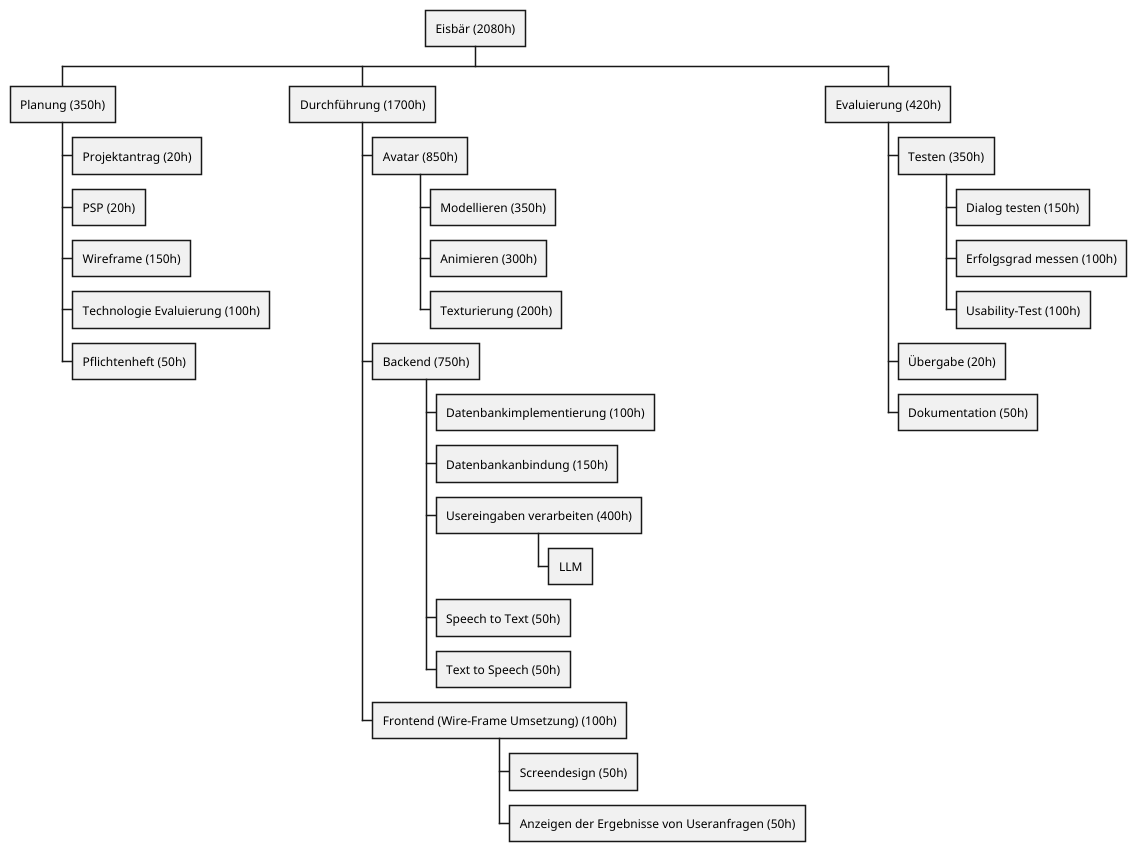
Before: documents/psp.png, a diagram exported from PlantUML (2425-4bhitm-itp/eisbaer).
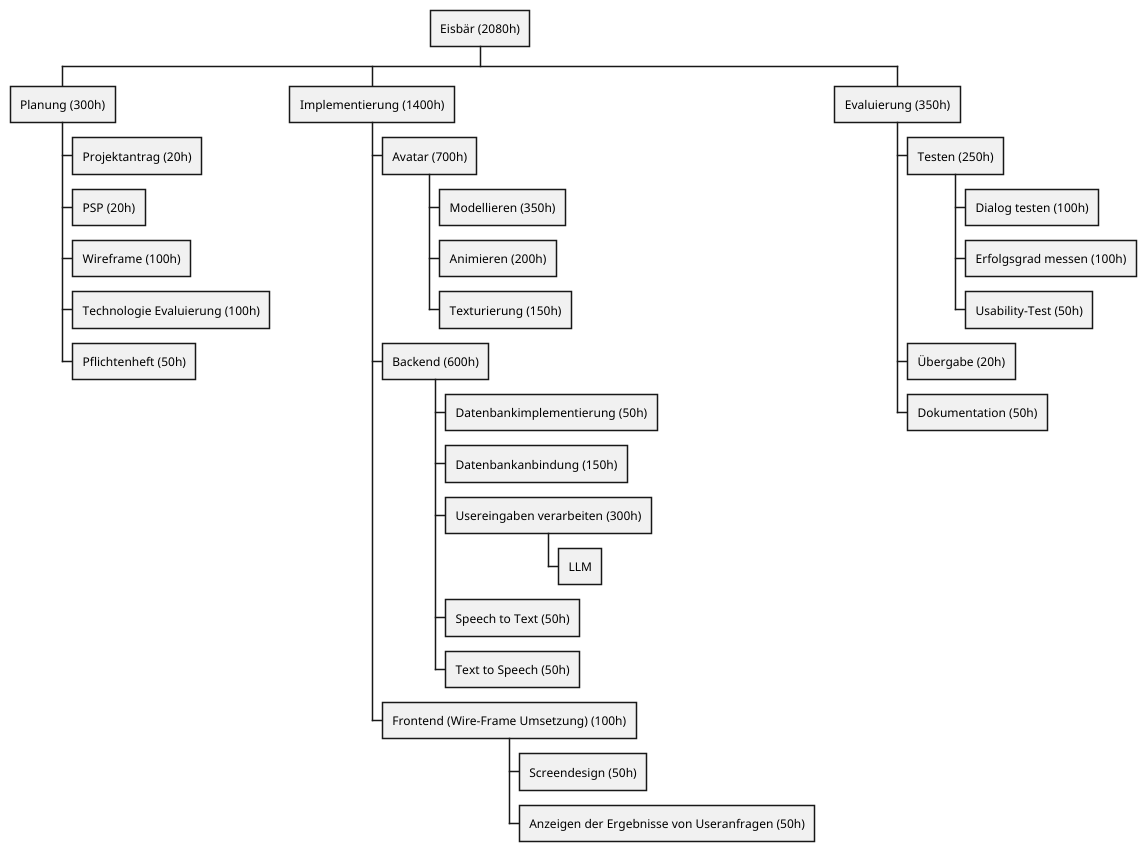
After the change.

Diff of the diagram source:
```diff
@@ -1,27 +1,27 @@
 @startwbs
 * Eisbär (2080h)
 
-** Planung (350h)
+** Planung (300h)
 
 *** Projektantrag (20h)
 *** PSP (20h)
-*** Wireframe (150h)
+*** Wireframe (100h)
 *** Technologie Evaluierung (100h)
 *** Pflichtenheft (50h)
 
-** Durchführung (1700h)
+**  Implementierung (1400h)
 
-*** Avatar (850h)
+*** Avatar (700h)
 
 **** Modellieren (350h)
-**** Animieren (300h)
-**** Texturierung (200h)
+**** Animieren (200h)
+**** Texturierung (150h)
 
-*** Backend (750h)
+*** Backend (600h)
 
-**** Datenbankimplementierung (100h)
+**** Datenbankimplementierung (50h)
 **** Datenbankanbindung (150h)
-**** Usereingaben verarbeiten (400h)
+**** Usereingaben verarbeiten (300h)
 ***** LLM
 **** Speech to Text (50h)
 **** Text to Speech (50h)
@@ -31,13 +31,13 @@
 **** Screendesign (50h)
 **** Anzeigen der Ergebnisse von Useranfragen (50h)
 
-** Evaluierung (420h)
+** Evaluierung (350h)
 
-*** Testen (350h)
+*** Testen (250h)
 
-**** Dialog testen (150h)
+**** Dialog testen (100h)
 **** Erfolgsgrad messen (100h)
-**** Usability-Test (100h)
+**** Usability-Test (50h)
 
 *** Übergabe (20h)
 
```
